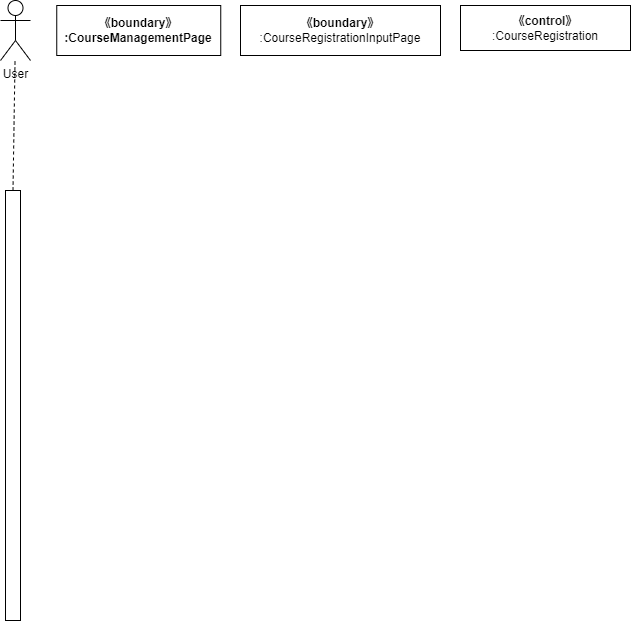
The draw.io diagram Sequence-1.drawio.png in Hu-Hanxu/First-App-Self-Management-, before a commit. Source tidied: cells renumbered, new cells last; positions are measured from the earlier drawing's top-left corner, leaving out a move shared by most shapes.
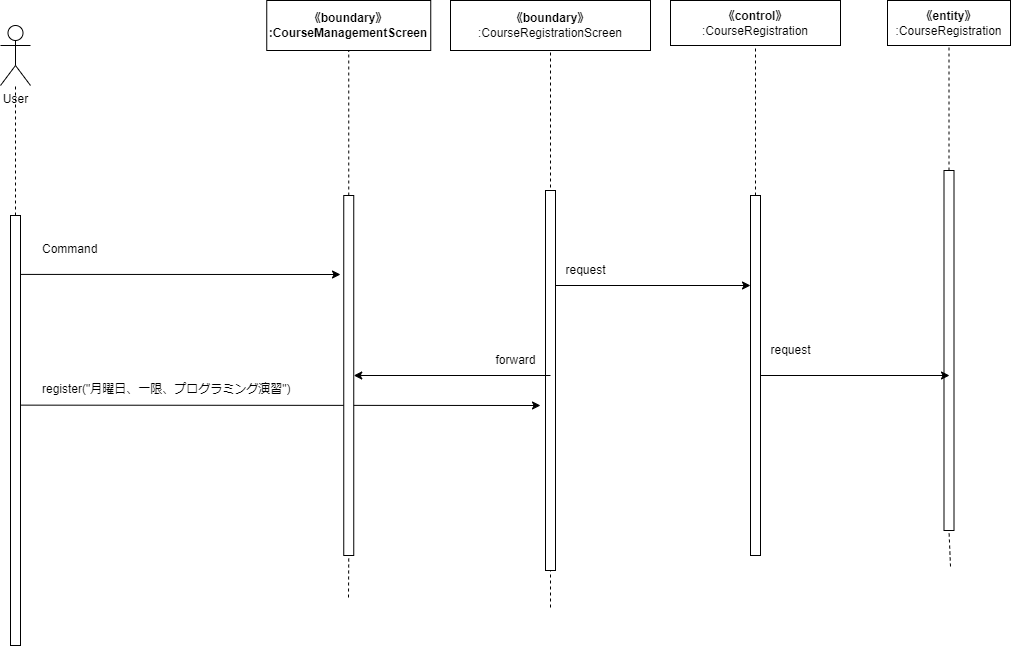
After the commit.

Diff of the diagram source:
```diff
@@ -3,22 +3,101 @@
     <mxCell id="0" />
     <mxCell id="1" parent="0" />
     <mxCell id="2" value="User" style="shape=umlActor;verticalLabelPosition=bottom;verticalAlign=top;html=1;outlineConnect=0;" parent="1" vertex="1">
-      <mxGeometry width="30" height="60" as="geometry" />
+      <mxGeometry x="-210" y="30" width="30" height="60" as="geometry" />
     </mxCell>
-    <mxCell id="3" style="rounded=0;whiteSpace=wrap;html=1;" parent="1" vertex="1">
-      <mxGeometry x="5" y="190" width="15" height="430" as="geometry" />
-    </mxCell>
-    <mxCell id="4" style="endArrow=none;dashed=1;html=1;exitX=0.5;exitY=0;exitDx=0;exitDy=0;" parent="1" edge="1" source="3" target="2">
-      <mxGeometry relative="1" as="geometry" />
+    <mxCell id="4" style="endArrow=none;dashed=1;html=1;exitX=0.5;exitY=0;exitDx=0;exitDy=0;" parent="1" edge="1" target="2">
+      <mxGeometry relative="1" as="geometry">
+        <mxPoint x="-195" y="220" as="sourcePoint" />
+      </mxGeometry>
     </mxCell>
-    <mxCell id="5" value="&lt;span style=&quot;font-weight: 700;&quot;&gt;《boundary》&lt;/span&gt;&lt;br style=&quot;font-weight: 700;&quot;&gt;&lt;span style=&quot;font-weight: 700;&quot;&gt;:&lt;/span&gt;&lt;b&gt;CourseManagementPage&lt;/b&gt;" style="rounded=0;whiteSpace=wrap;html=1;" parent="1" vertex="1">
+    <mxCell id="5" value="&lt;span style=&quot;font-weight: 700;&quot;&gt;《boundary》&lt;/span&gt;&lt;br style=&quot;font-weight: 700;&quot;&gt;&lt;span style=&quot;font-weight: 700;&quot;&gt;:&lt;/span&gt;&lt;b&gt;CourseManagementScreen&lt;/b&gt;" style="rounded=0;whiteSpace=wrap;html=1;" parent="1" vertex="1">
       <mxGeometry x="56.2" y="5" width="164" height="50" as="geometry" />
     </mxCell>
-    <mxCell id="6" value="&lt;span style=&quot;font-weight: 700;&quot;&gt;《boundary》&lt;/span&gt;&lt;br&gt;:CourseRegistrationInputPage" style="rounded=0;whiteSpace=wrap;html=1;" parent="1" vertex="1">
+    <mxCell id="6" value="&lt;span style=&quot;font-weight: 700;&quot;&gt;《boundary》&lt;/span&gt;&lt;br&gt;:CourseRegistrationScreen" style="rounded=0;whiteSpace=wrap;html=1;" parent="1" vertex="1">
       <mxGeometry x="240" y="5" width="200" height="50" as="geometry" />
     </mxCell>
     <mxCell id="7" value="&lt;span style=&quot;font-weight: 700;&quot;&gt;《control》&lt;br&gt;&lt;/span&gt;:CourseRegistration" style="rounded=0;whiteSpace=wrap;html=1;" parent="1" vertex="1">
       <mxGeometry x="460" y="5" width="170" height="45" as="geometry" />
     </mxCell>
+    <mxCell id="8" style="endArrow=classic;html=1;exitX=0.162;exitY=0.441;exitDx=0;exitDy=0;exitPerimeter=0;" parent="1" edge="1" source="9">
+      <mxGeometry relative="1" as="geometry">
+        <mxPoint x="330" y="410" as="targetPoint" />
+      </mxGeometry>
+    </mxCell>
+    <mxCell id="9" style="rounded=0;whiteSpace=wrap;html=1;" parent="1" vertex="1">
+      <mxGeometry x="-200" y="220" width="10" height="430" as="geometry" />
+    </mxCell>
+    <mxCell id="10" style="endArrow=none;dashed=1;html=1;entryX=0.5;entryY=1;entryDx=0;entryDy=0;startArrow=none;" parent="1" edge="1" source="12" target="5">
+      <mxGeometry relative="1" as="geometry" />
+    </mxCell>
+    <mxCell id="11" style="endArrow=none;dashed=1;html=1;entryX=0.5;entryY=1;entryDx=0;entryDy=0;" parent="1" edge="1" target="12">
+      <mxGeometry relative="1" as="geometry">
+        <mxPoint x="138" y="602" as="sourcePoint" />
+      </mxGeometry>
+    </mxCell>
+    <mxCell id="12" style="rounded=0;whiteSpace=wrap;html=1;" parent="1" vertex="1">
+      <mxGeometry x="133.2" y="200" width="10" height="360" as="geometry" />
+    </mxCell>
+    <mxCell id="13" style="endArrow=none;dashed=1;html=1;entryX=0.5;entryY=1;entryDx=0;entryDy=0;" parent="1" edge="1" target="6">
+      <mxGeometry relative="1" as="geometry">
+        <mxPoint x="340" y="612" as="sourcePoint" />
+      </mxGeometry>
+    </mxCell>
+    <mxCell id="14" style="rounded=0;whiteSpace=wrap;html=1;" parent="1" vertex="1">
+      <mxGeometry x="335" y="195" width="10" height="380" as="geometry" />
+    </mxCell>
+    <mxCell id="15" style="endArrow=none;dashed=1;html=1;entryX=0.5;entryY=1;entryDx=0;entryDy=0;startArrow=none;" parent="1" edge="1" source="16" target="7">
+      <mxGeometry relative="1" as="geometry" />
+    </mxCell>
+    <mxCell id="16" style="rounded=0;whiteSpace=wrap;html=1;" parent="1" vertex="1">
+      <mxGeometry x="540" y="200" width="10" height="360" as="geometry" />
+    </mxCell>
+    <mxCell id="17" value="&lt;span style=&quot;font-weight: 700;&quot;&gt;《entity》&lt;/span&gt;&lt;br&gt;:CourseRegistration" style="rounded=0;whiteSpace=wrap;html=1;" parent="1" vertex="1">
+      <mxGeometry x="677" y="5" width="123" height="45" as="geometry" />
+    </mxCell>
+    <mxCell id="18" style="endArrow=none;dashed=1;html=1;entryX=0.5;entryY=1;entryDx=0;entryDy=0;startArrow=none;" parent="1" edge="1" source="20" target="17">
+      <mxGeometry relative="1" as="geometry" />
+    </mxCell>
+    <mxCell id="19" style="endArrow=none;dashed=1;html=1;entryX=0.5;entryY=1;entryDx=0;entryDy=0;" parent="1" edge="1" target="20">
+      <mxGeometry relative="1" as="geometry">
+        <mxPoint x="740" y="571" as="sourcePoint" />
+      </mxGeometry>
+    </mxCell>
+    <mxCell id="20" style="rounded=0;whiteSpace=wrap;html=1;" parent="1" vertex="1">
+      <mxGeometry x="733.5" y="175" width="10" height="360" as="geometry" />
+    </mxCell>
+    <mxCell id="21" value="register(&quot;月曜日、一限、プログラミング演習&quot;)" style="text;whiteSpace=wrap;html=1;" parent="1" vertex="1">
+      <mxGeometry x="-170" y="380" width="270" height="40" as="geometry" />
+    </mxCell>
+    <mxCell id="22" value="Command" style="text;whiteSpace=wrap;html=1;" parent="1" vertex="1">
+      <mxGeometry x="-170" y="240" width="90" height="40" as="geometry" />
+    </mxCell>
+    <mxCell id="23" style="endArrow=classic;html=1;exitX=1.055;exitY=0.137;exitDx=0;exitDy=0;exitPerimeter=0;" parent="1" edge="1" source="9">
+      <mxGeometry relative="1" as="geometry">
+        <mxPoint x="130" y="279" as="targetPoint" />
+      </mxGeometry>
+    </mxCell>
+    <mxCell id="24" style="endArrow=classic;html=1;exitX=1;exitY=0.25;exitDx=0;exitDy=0;entryX=0;entryY=0.25;entryDx=0;entryDy=0;" parent="1" edge="1" source="14" target="16">
+      <mxGeometry relative="1" as="geometry" />
+    </mxCell>
+    <mxCell id="25" value="request" style="text;html=1;align=center;verticalAlign=middle;strokeColor=none;fillColor=none;" parent="1" vertex="1">
+      <mxGeometry x="345" y="260" width="60" height="30" as="geometry" />
+    </mxCell>
+    <mxCell id="26" style="endArrow=classic;html=1;" parent="1" edge="1" target="12">
+      <mxGeometry relative="1" as="geometry">
+        <mxPoint x="340" y="380" as="sourcePoint" />
+      </mxGeometry>
+    </mxCell>
+    <mxCell id="27" value="forward" style="text;html=1;align=center;verticalAlign=middle;strokeColor=none;fillColor=none;" parent="1" vertex="1">
+      <mxGeometry x="275" y="350" width="60" height="30" as="geometry" />
+    </mxCell>
+    <mxCell id="28" style="endArrow=classic;html=1;exitX=1;exitY=0.5;exitDx=0;exitDy=0;" parent="1" edge="1" source="16">
+      <mxGeometry relative="1" as="geometry">
+        <mxPoint x="739" y="380" as="targetPoint" />
+      </mxGeometry>
+    </mxCell>
+    <mxCell id="29" value="request" style="text;html=1;align=center;verticalAlign=middle;strokeColor=none;fillColor=none;" parent="1" vertex="1">
+      <mxGeometry x="550" y="340" width="60" height="30" as="geometry" />
+    </mxCell>
   </root>
 </mxGraphModel>
```
